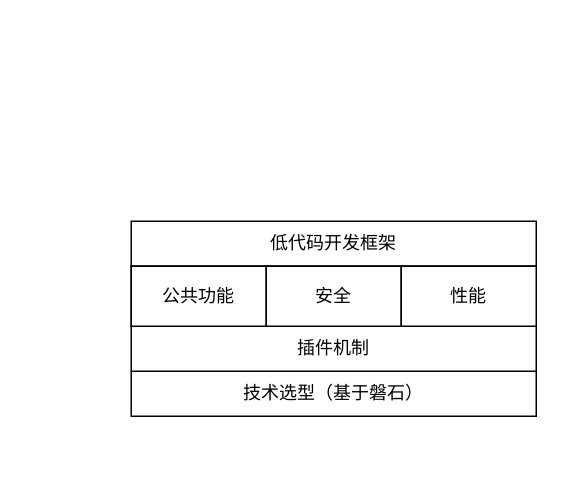
Earlier version of the draw.io diagram 低——研究内容——低代码开发框架.drawio (tangyaosimida/love). Source tidied: cells renumbered, new cells numbered last; positions are measured from the earlier drawing's top-left corner, leaving out a move shared by most shapes. Both pictures are drawn from the tidied source at 150%, with x=0, y=0 at pixel (130, 220).
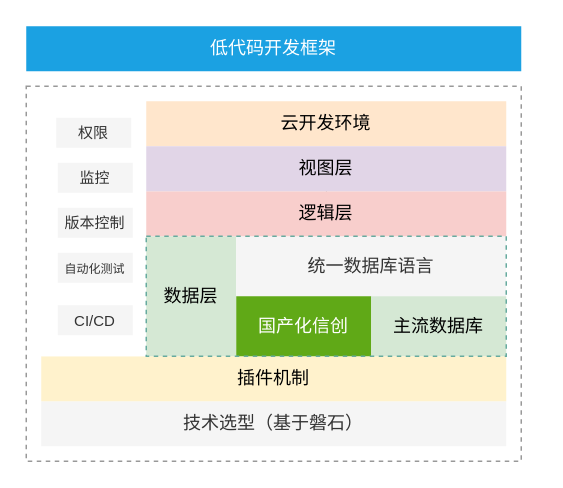
The same diagram, later.

Commit message:
更新低——研究内容——低代码开发框架.drawio

Diff of the diagram source:
```diff
@@
+    <mxCell id="9" style="rounded=0;whiteSpace=wrap;html=1;dashed=1;strokeColor=#999999;" parent="1" vertex="1">
+      <mxGeometry x="-70" y="-90" width="330" height="250" as="geometry" />
+    </mxCell>
+    <mxCell id="10" style="rounded=0;whiteSpace=wrap;html=1;strokeColor=none;" parent="1" vertex="1">
+      <mxGeometry x="10" y="10" width="240" height="80" as="geometry" />
+    </mxCell>
-    <mxCell id="2" value="技术选型（基于磐石）" style="rounded=0;whiteSpace=wrap;html=1;" parent="1" vertex="1">
-      <mxGeometry y="100" width="270" height="30" as="geometry" />
+    <mxCell id="2" value="技术选型（基于磐石）" style="rounded=0;whiteSpace=wrap;html=1;fillColor=#f5f5f5;fontColor=#333333;strokeColor=none;" parent="1" vertex="1">
+      <mxGeometry x="-60" y="120" width="310" height="30" as="geometry" />
     </mxCell>
-    <mxCell id="3" value="插件机制" style="rounded=0;whiteSpace=wrap;html=1;" parent="1" vertex="1">
-      <mxGeometry y="70" width="270" height="30" as="geometry" />
+    <mxCell id="3" value="插件机制" style="rounded=0;whiteSpace=wrap;html=1;fillColor=#fff2cc;strokeColor=none;" parent="1" vertex="1">
+      <mxGeometry x="-60" y="90" width="310" height="30" as="geometry" />
     </mxCell>
-    <mxCell id="4" value="低代码开发框架" style="rounded=0;whiteSpace=wrap;html=1;" parent="1" vertex="1">
-      <mxGeometry width="270" height="30" as="geometry" />
+    <mxCell id="4" value="低代码开发框架" style="rounded=0;whiteSpace=wrap;html=1;fillColor=#1ba1e2;strokeColor=none;fontColor=#ffffff;" parent="1" vertex="1">
+      <mxGeometry x="-70" y="-130" width="330" height="30" as="geometry" />
     </mxCell>
-    <mxCell id="5" style="rounded=0;whiteSpace=wrap;html=1;" parent="1" vertex="1">
-      <mxGeometry y="30" width="270" height="40" as="geometry" />
-    </mxCell>
-    <mxCell id="6" value="公共功能" style="rounded=0;whiteSpace=wrap;html=1;" parent="1" vertex="1">
-      <mxGeometry y="30" width="90" height="40" as="geometry" />
-    </mxCell>
+    <mxCell id="11" style="rounded=0;whiteSpace=wrap;html=1;strokeColor=none;" parent="1" vertex="1">
+      <mxGeometry x="-60" y="-80" width="70" height="170" as="geometry" />
+    </mxCell>
+    <mxCell id="12" value="数据层" style="rounded=0;whiteSpace=wrap;html=1;fillColor=#d5e8d4;strokeColor=none;" parent="1" vertex="1">
+      <mxGeometry x="10" y="10" width="60" height="80" as="geometry" />
+    </mxCell>
+    <mxCell id="13" value="云开发环境" style="rounded=0;whiteSpace=wrap;html=1;fillColor=#ffe6cc;strokeColor=none;" parent="1" vertex="1">
+      <mxGeometry x="10" y="-80" width="240" height="30" as="geometry" />
+    </mxCell>
-    <mxCell id="7" value="安全" style="rounded=0;whiteSpace=wrap;html=1;" parent="1" vertex="1">
-      <mxGeometry x="90" y="30" width="90" height="40" as="geometry" />
+    <mxCell id="7" value="&lt;font style=&quot;font-size: 10px;&quot;&gt;监控&lt;/font&gt;" style="rounded=0;whiteSpace=wrap;html=1;fillColor=#f5f5f5;fontColor=#333333;strokeColor=none;" parent="1" vertex="1">
+      <mxGeometry x="-49" y="-39" width="50" height="20" as="geometry" />
     </mxCell>
-    <mxCell id="8" value="性能" style="rounded=0;whiteSpace=wrap;html=1;" parent="1" vertex="1">
-      <mxGeometry x="180" y="30" width="90" height="40" as="geometry" />
+    <mxCell id="8" value="&lt;font style=&quot;font-size: 10px;&quot;&gt;权限&lt;/font&gt;" style="rounded=0;whiteSpace=wrap;html=1;fillColor=#f5f5f5;fontColor=#333333;strokeColor=none;" parent="1" vertex="1">
+      <mxGeometry x="-50" y="-69" width="50" height="20" as="geometry" />
     </mxCell>
+    <mxCell id="14" style="edgeStyle=orthogonalEdgeStyle;rounded=0;jettySize=auto;html=1;" parent="1" edge="1" source="15" target="21">
+      <mxGeometry relative="1" as="geometry" />
+    </mxCell>
+    <mxCell id="15" value="统一数据库语言" style="rounded=0;whiteSpace=wrap;html=1;fillColor=#f5f5f5;strokeColor=none;fontColor=#333333;" parent="1" vertex="1">
+      <mxGeometry x="70" y="10" width="180" height="40" as="geometry" />
+    </mxCell>
+    <mxCell id="16" value="国产化信创" style="rounded=0;whiteSpace=wrap;html=1;fillColor=#60a917;fontColor=#ffffff;strokeColor=none;" parent="1" vertex="1">
+      <mxGeometry x="70" y="50" width="90" height="40" as="geometry" />
+    </mxCell>
+    <mxCell id="17" value="&lt;font style=&quot;font-size: 10px;&quot;&gt;版本控制&lt;/font&gt;" style="rounded=0;whiteSpace=wrap;html=1;fillColor=#f5f5f5;fontColor=#333333;strokeColor=none;" parent="1" vertex="1">
+      <mxGeometry x="-49" y="-9" width="50" height="20" as="geometry" />
+    </mxCell>
+    <mxCell id="18" value="&lt;font style=&quot;font-size: 8px;&quot;&gt;自动化测试&lt;/font&gt;" style="rounded=0;whiteSpace=wrap;html=1;fillColor=#f5f5f5;fontColor=#333333;strokeColor=none;" parent="1" vertex="1">
+      <mxGeometry x="-49" y="21" width="50" height="20" as="geometry" />
+    </mxCell>
+    <mxCell id="19" value="&lt;font style=&quot;font-size: 10px;&quot;&gt;CI/CD&lt;/font&gt;" style="rounded=0;whiteSpace=wrap;html=1;fillColor=#f5f5f5;fontColor=#333333;strokeColor=none;" parent="1" vertex="1">
+      <mxGeometry x="-49" y="56" width="50" height="20" as="geometry" />
+    </mxCell>
+    <mxCell id="20" value="主流数据库" style="rounded=0;whiteSpace=wrap;html=1;fillColor=#d5e8d4;strokeColor=none;" parent="1" vertex="1">
+      <mxGeometry x="160" y="50" width="90" height="40" as="geometry" />
+    </mxCell>
+    <mxCell id="21" value="逻辑层" style="rounded=0;whiteSpace=wrap;html=1;fillColor=#f8cecc;strokeColor=none;" parent="1" vertex="1">
+      <mxGeometry x="10" y="-20" width="240" height="30" as="geometry" />
+    </mxCell>
+    <mxCell id="22" value="视图层" style="rounded=0;whiteSpace=wrap;html=1;fillColor=#e1d5e7;strokeColor=none;" parent="1" vertex="1">
+      <mxGeometry x="10" y="-50" width="240" height="30" as="geometry" />
+    </mxCell>
+    <mxCell id="23" style="rounded=0;whiteSpace=wrap;html=1;dashed=1;strokeColor=#67AB9F;fillColor=none;" parent="1" vertex="1">
+      <mxGeometry x="10" y="10" width="240" height="80" as="geometry" />
+    </mxCell>
```
